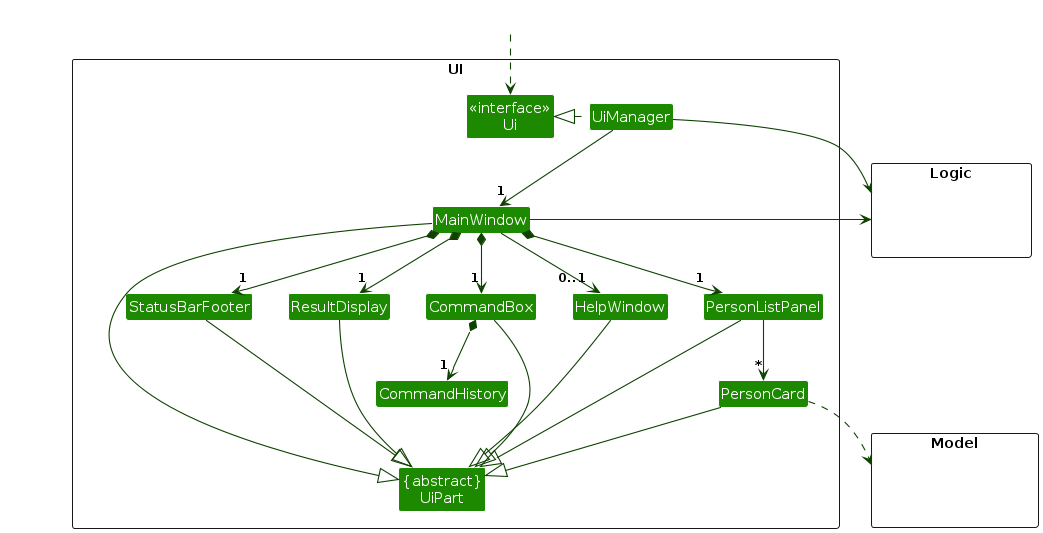
Before: diagrams/UiClassDiagram.png, a diagram exported from PlantUML (AY2627S1-CS2103T-T11-2/tp). Its source is kept beside it as diagrams/UiClassDiagram.puml.
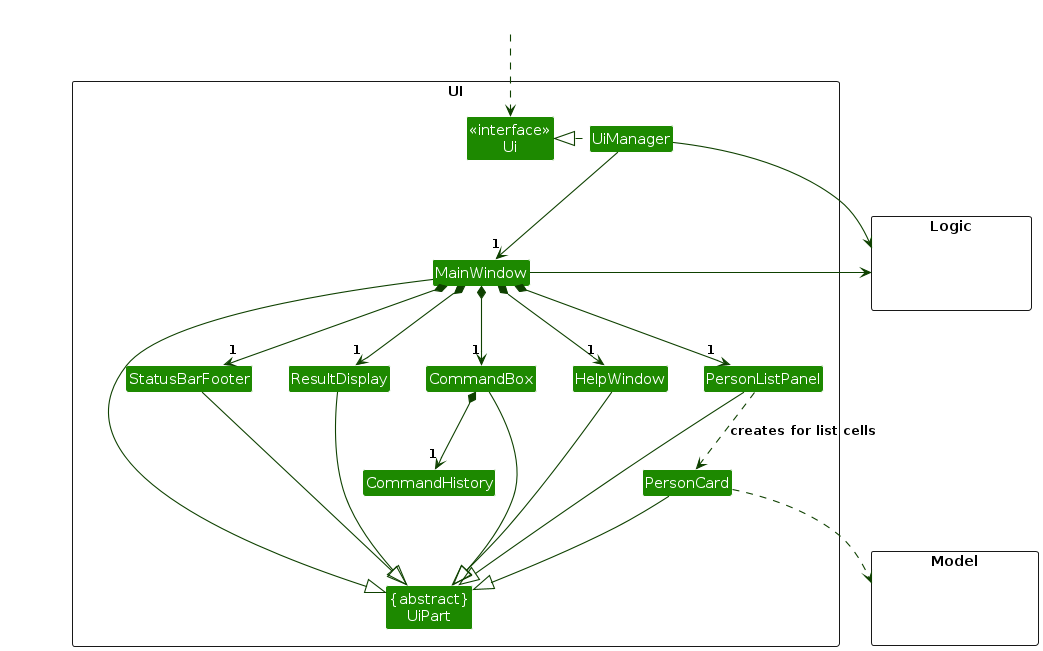
Above is the later version.

The edit, as a diff of the source:
```diff
@@ -36,9 +36,9 @@
 MainWindow *-down-> "1" ResultDisplay
 MainWindow *-down-> "1" PersonListPanel
 MainWindow *-down-> "1" StatusBarFooter
-MainWindow --> "0..1" HelpWindow
+MainWindow *-down-> "1" HelpWindow
 
-PersonListPanel -down-> "*" PersonCard
+PersonListPanel ..> PersonCard : creates for list cells
 
 MainWindow -left-|> UiPart
 
```
